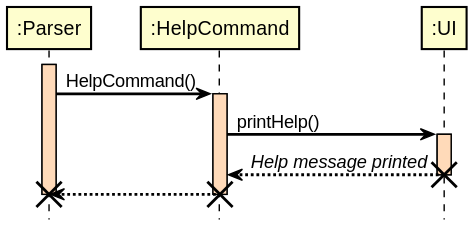
nus-cs2113-AY2122S1/tp keeps this PlantUML diagram as docs/RenderedUML/Help.svg. Above is the earlier version.
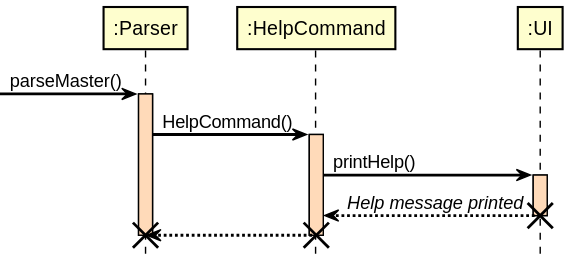
After the change.

What changed in the source:
```diff
@@ -11,6 +11,7 @@
 
 skinparam sequenceArrowColor black
 
+-> ":Parser": parseMaster()
 
 activate ":Parser"
 
```
